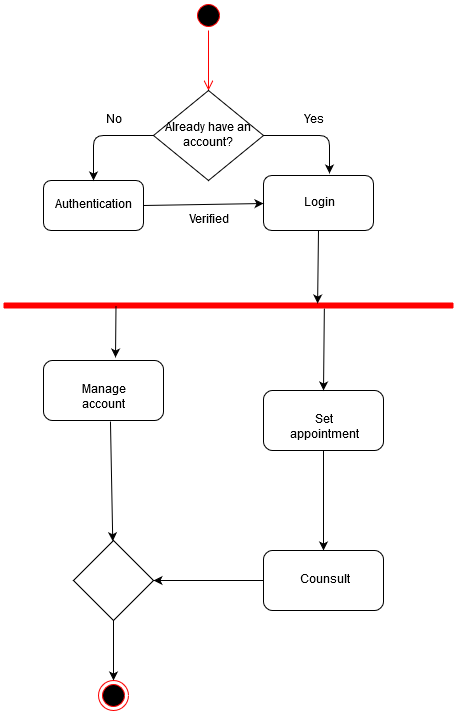
The draw.io diagram functional/activity_diagrams/AD for counselor level 0.png in Ghazal-Rezaei/se_lab, before a commit. Source tidied: cells renumbered, new cells last; positions are measured from the earlier drawing's top-left corner, leaving out a move shared by most shapes.
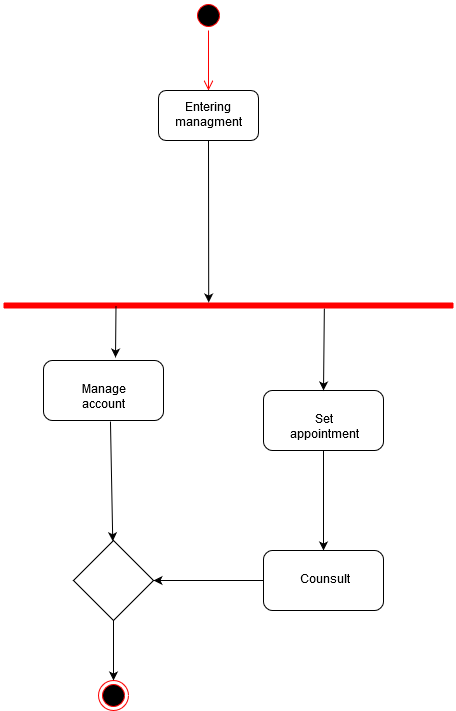
Later version of the same file.

Diff of the diagram source:
```diff
@@ -10,43 +10,9 @@
         <mxPoint x="205" y="90" as="targetPoint" />
       </mxGeometry>
     </mxCell>
-    <mxCell id="4" value="Already have an account?" style="rhombus;whiteSpace=wrap;html=1;" parent="1" vertex="1">
-      <mxGeometry x="150" y="90" width="110" height="90" as="geometry" />
-    </mxCell>
-    <mxCell id="5" value="Authentication" style="rounded=1;whiteSpace=wrap;html=1;" parent="1" vertex="1">
-      <mxGeometry x="40" y="180" width="100" height="50" as="geometry" />
+    <mxCell id="5" value="Entering managment" style="rounded=1;whiteSpace=wrap;html=1;" parent="1" vertex="1">
+      <mxGeometry x="155" y="90" width="100" height="50" as="geometry" />
     </mxCell>
-    <mxCell id="6" value="Login" style="rounded=1;whiteSpace=wrap;html=1;" parent="1" vertex="1">
-      <mxGeometry x="260" y="175" width="110" height="55" as="geometry" />
-    </mxCell>
-    <mxCell id="7" style="endArrow=classic;html=1;exitX=0;exitY=0.5;exitDx=0;exitDy=0;entryX=0.5;entryY=0;entryDx=0;entryDy=0;" parent="1" edge="1" source="4" target="5">
-      <mxGeometry relative="1" as="geometry">
-        <Array as="points">
-          <mxPoint x="90" y="135" />
-        </Array>
-      </mxGeometry>
-    </mxCell>
-    <mxCell id="8" style="endArrow=classic;html=1;exitX=1;exitY=0.5;exitDx=0;exitDy=0;entryX=0.6;entryY=-0.036;entryDx=0;entryDy=0;entryPerimeter=0;" parent="1" edge="1" source="4" target="6">
-      <mxGeometry relative="1" as="geometry">
-        <Array as="points">
-          <mxPoint x="326" y="135" />
-        </Array>
-      </mxGeometry>
-    </mxCell>
-    <mxCell id="9" value="No" style="text;html=1;strokeColor=none;fillColor=none;align=center;verticalAlign=middle;whiteSpace=wrap;rounded=0;" parent="1" vertex="1">
-      <mxGeometry x="90" y="110" width="40" height="20" as="geometry" />
-    </mxCell>
-    <mxCell id="10" value="Yes" style="text;html=1;strokeColor=none;fillColor=none;align=center;verticalAlign=middle;whiteSpace=wrap;rounded=0;" parent="1" vertex="1">
-      <mxGeometry x="290" y="110" width="40" height="20" as="geometry" />
-    </mxCell>
-    <mxCell id="11" style="endArrow=classic;html=1;exitX=1;exitY=0.5;exitDx=0;exitDy=0;" parent="1" edge="1" source="5">
-      <mxGeometry relative="1" as="geometry">
-        <mxPoint x="260" y="203" as="targetPoint" />
-      </mxGeometry>
-    </mxCell>
-    <mxCell id="12" value="Verified" style="text;html=1;strokeColor=none;fillColor=none;align=center;verticalAlign=middle;whiteSpace=wrap;rounded=0;" parent="1" vertex="1">
-      <mxGeometry x="185" y="210" width="40" height="20" as="geometry" />
-    </mxCell>
     <mxCell id="13" style="shape=line;html=1;strokeWidth=6;strokeColor=#ff0000;" parent="1" vertex="1">
       <mxGeometry y="300" width="450" height="10" as="geometry" />
     </mxCell>
@@ -59,9 +25,6 @@
     <mxCell id="16" value="Set appointment" style="rounded=1;whiteSpace=wrap;html=1;" parent="1" vertex="1">
       <mxGeometry x="260" y="390" width="120" height="60" as="geometry" />
     </mxCell>
-    <mxCell id="17" style="endArrow=classic;html=1;exitX=0.5;exitY=1;exitDx=0;exitDy=0;entryX=0.698;entryY=0.3;entryDx=0;entryDy=0;entryPerimeter=0;" parent="1" edge="1" source="6" target="13">
-      <mxGeometry relative="1" as="geometry" />
-    </mxCell>
     <mxCell id="18" style="endArrow=classic;html=1;exitX=0.25;exitY=0.5;exitDx=0;exitDy=0;exitPerimeter=0;entryX=0.6;entryY=-0.05;entryDx=0;entryDy=0;entryPerimeter=0;" parent="1" edge="1" source="13" target="14">
       <mxGeometry relative="1" as="geometry" />
     </mxCell>
@@ -86,5 +49,8 @@
     <mxCell id="25" style="ellipse;html=1;shape=endState;fillColor=#000000;strokeColor=#ff0000;" parent="1" vertex="1">
       <mxGeometry x="95" y="680" width="30" height="30" as="geometry" />
     </mxCell>
+    <mxCell id="26" style="endArrow=classic;html=1;exitX=0.5;exitY=1;exitDx=0;exitDy=0;entryX=0.456;entryY=0.2;entryDx=0;entryDy=0;entryPerimeter=0;" parent="1" edge="1" source="5" target="13">
+      <mxGeometry relative="1" as="geometry" />
+    </mxCell>
   </root>
 </mxGraphModel>
```
